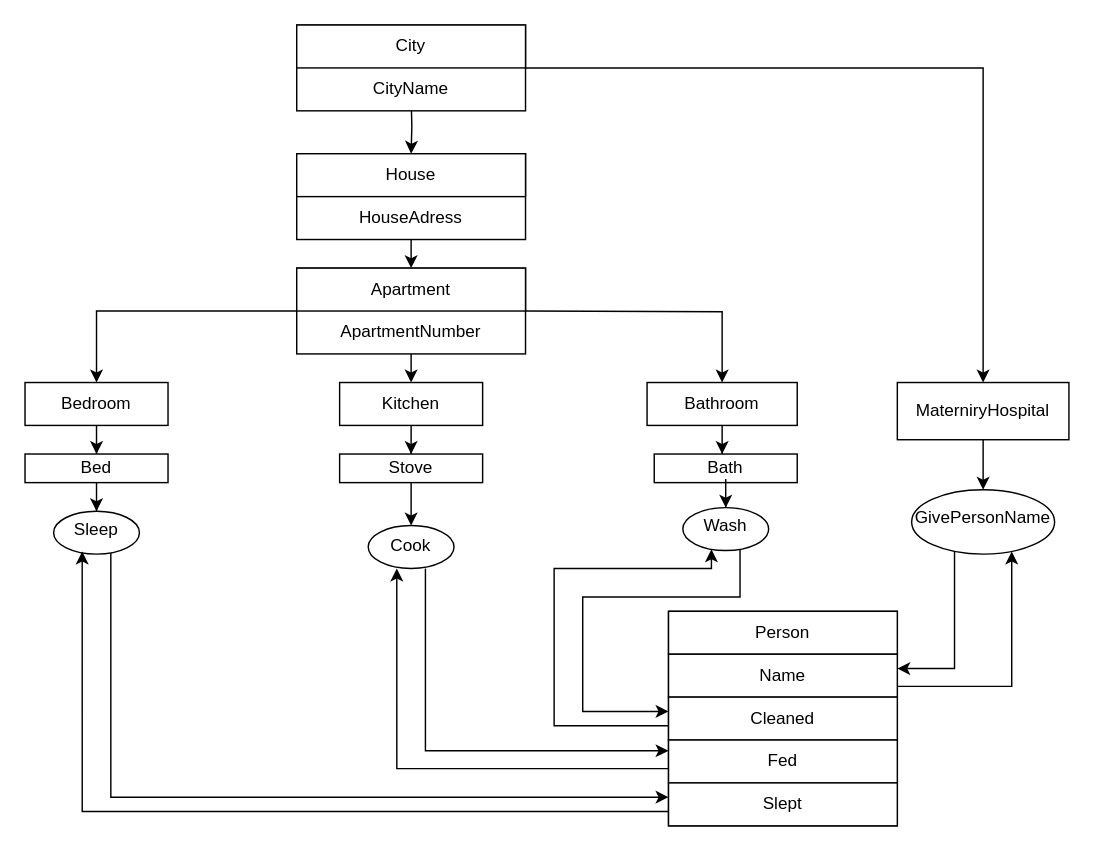
Earlier version of the draw.io diagram Untitled Diagram.drawio (FW960/Lesson_2.1). Source tidied: cells renumbered, new cells numbered last; positions are measured from the earlier drawing's top-left corner, leaving out a move shared by most shapes. Both pictures are drawn from the tidied source at 143%, with x=0, y=0 at pixel (24, 24).
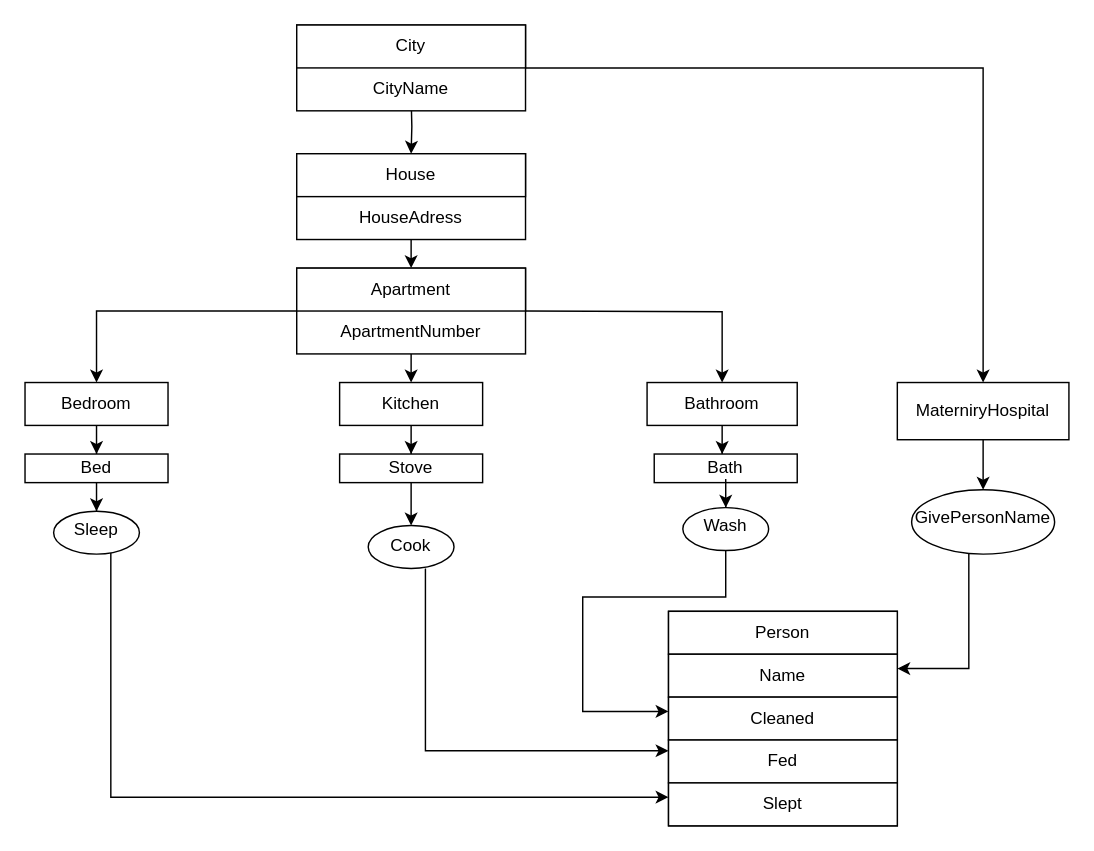
The same diagram, later.

Unchanged cells that the change refers to:
```xml
<mxCell id="28" style="ellipse;whiteSpace=wrap;html=1;" parent="1" vertex="1">
  <mxGeometry x="20" y="340" width="60" height="30" as="geometry" />
</mxCell>
<mxCell id="38" style="ellipse;whiteSpace=wrap;html=1;" parent="1" vertex="1">
  <mxGeometry x="240" y="350" width="60" height="30" as="geometry" />
</mxCell>
<mxCell id="42" style="ellipse;whiteSpace=wrap;html=1;" parent="1" vertex="1">
  <mxGeometry x="460" y="337.5" width="60" height="30" as="geometry" />
</mxCell>
<mxCell id="56" style="ellipse;whiteSpace=wrap;html=1;" parent="1" vertex="1">
  <mxGeometry x="620" y="325" width="100" height="45" as="geometry" />
</mxCell>
<mxCell id="61" value="Cleaned" style="rounded=0;whiteSpace=wrap;html=1;" parent="1" vertex="1">
  <mxGeometry x="450" y="470" width="160" height="30" as="geometry" />
</mxCell>
<mxCell id="66" value="Fed" style="text;html=1;strokeColor=none;fillColor=none;align=center;verticalAlign=middle;whiteSpace=wrap;rounded=0;" parent="1" vertex="1">
  <mxGeometry x="450" y="500" width="160" height="30" as="geometry" />
</mxCell>
```

What changed in the source:
```diff
@@
-    <mxCell id="5" style="edgeStyle=orthogonalEdgeStyle;rounded=0;jettySize=auto;html=1;exitX=1;exitY=0.75;exitDx=0;exitDy=0;" parent="1" edge="1" target="56">
-      <mxGeometry relative="1" as="geometry">
-        <mxPoint x="610" y="462.5" as="sourcePoint" />
-        <Array as="points">
-          <mxPoint x="690" y="462" />
-        </Array>
-      </mxGeometry>
-    </mxCell>
@@
     <mxCell id="41" style="edgeStyle=orthogonalEdgeStyle;rounded=0;jettySize=auto;html=1;" parent="1" edge="1" source="42" target="61">
       <mxGeometry relative="1" as="geometry">
         <Array as="points">
-          <mxPoint x="500" y="400" />
+          <mxPoint x="490" y="400" />
           <mxPoint x="390" y="400" />
           <mxPoint x="390" y="480" />
         </Array>
       </mxGeometry>
     </mxCell>
@@
     <mxCell id="55" style="edgeStyle=orthogonalEdgeStyle;rounded=0;jettySize=auto;html=1;" parent="1" edge="1" source="56">
       <mxGeometry relative="1" as="geometry">
         <mxPoint x="610" y="450" as="targetPoint" />
         <Array as="points">
-          <mxPoint x="650" y="450" />
+          <mxPoint x="660" y="450" />
         </Array>
       </mxGeometry>
     </mxCell>
@@
-    <mxCell id="58" style="edgeStyle=orthogonalEdgeStyle;rounded=0;jettySize=auto;html=1;entryX=0.333;entryY=0.938;entryDx=0;entryDy=0;entryPerimeter=0;" parent="1" edge="1" target="28">
-      <mxGeometry relative="1" as="geometry">
-        <mxPoint x="450" y="550" as="sourcePoint" />
-        <Array as="points">
-          <mxPoint x="40" y="550" />
-        </Array>
-      </mxGeometry>
-    </mxCell>
@@
-    <mxCell id="60" style="edgeStyle=orthogonalEdgeStyle;rounded=0;jettySize=auto;html=1;" parent="1" edge="1" source="61" target="42">
-      <mxGeometry relative="1" as="geometry">
-        <Array as="points">
-          <mxPoint x="370" y="490" />
-          <mxPoint x="370" y="380" />
-          <mxPoint x="480" y="380" />
-        </Array>
-      </mxGeometry>
-    </mxCell>
@@
-    <mxCell id="65" style="edgeStyle=orthogonalEdgeStyle;rounded=0;jettySize=auto;html=1;entryX=0.333;entryY=1;entryDx=0;entryDy=0;entryPerimeter=0;" parent="1" edge="1" source="66" target="38">
-      <mxGeometry relative="1" as="geometry">
-        <Array as="points">
-          <mxPoint x="260" y="520" />
-        </Array>
-      </mxGeometry>
-    </mxCell>
```
